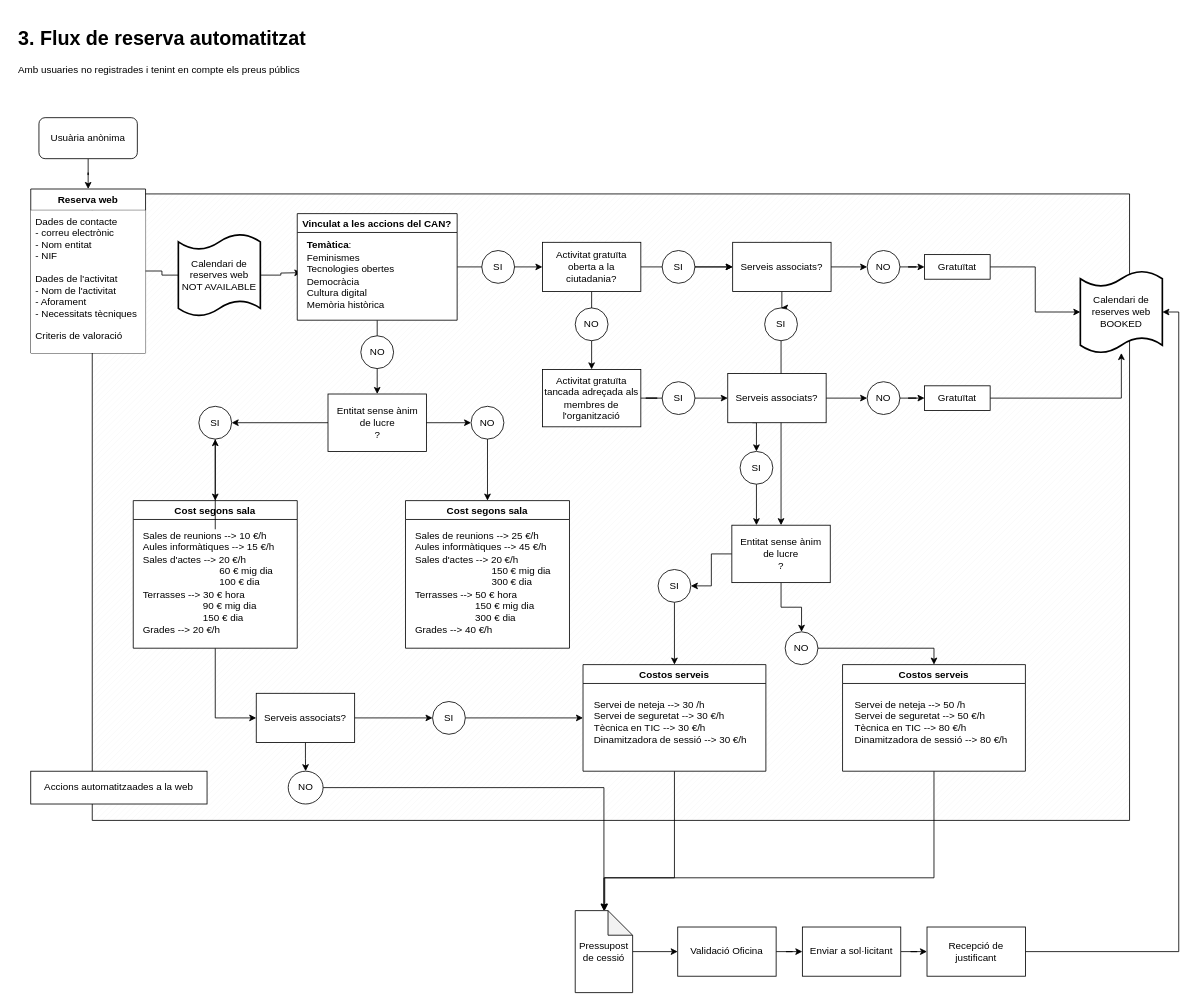
This is 3-ReservesCanodrom.drawio from nuria-alonso/diagrames, a draw.io file, before an edit. Source tidied: cells renumbered, new cells numbered last; positions are measured from the earlier drawing's top-left corner, leaving out a move shared by most shapes. Both pictures are drawn from the tidied source at 82%, with x=0, y=0 at pixel (14, 22).
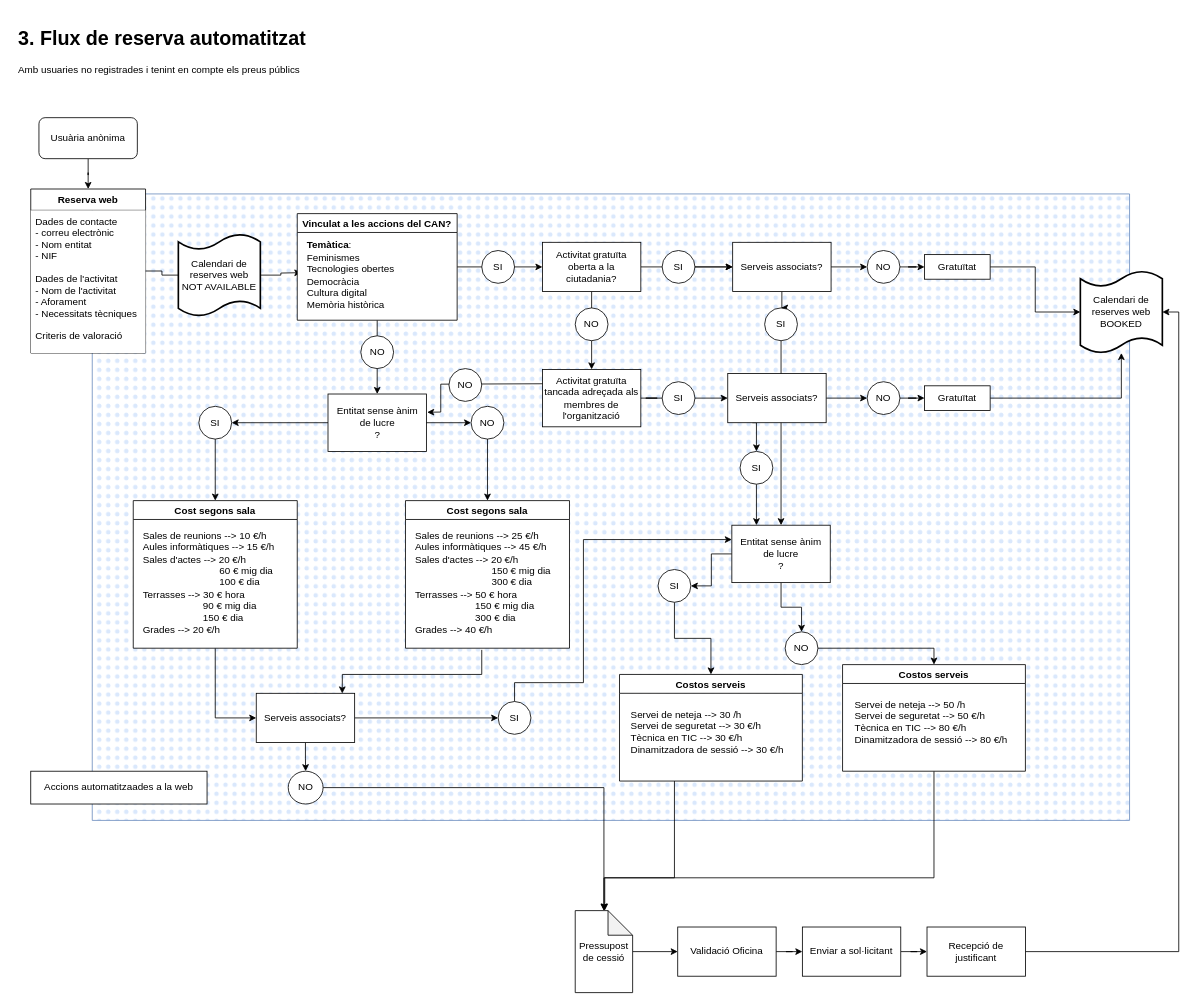
Above is the later version.

Unchanged cells that the change refers to:
```xml
<mxCell id="24" value="Activitat gratuïta tancada adreçada als membres de l'organització" style="rounded=0;whiteSpace=wrap;html=1;" parent="1" vertex="1">
  <mxGeometry x="644" y="423" width="120" height="70" as="geometry" />
</mxCell>
<mxCell id="31" value="&lt;div align=&quot;left&quot;&gt;Sales de reunions --&amp;gt; 10 €/h&lt;/div&gt;&lt;div align=&quot;left&quot;&gt;Aules informàtiques --&amp;gt; 15 €/h&lt;br&gt;&lt;/div&gt;&lt;div&gt;Sales d'actes --&amp;gt; 20 €/h&lt;br&gt;&amp;nbsp;&amp;nbsp;&amp;nbsp;&amp;nbsp;&amp;nbsp;&amp;nbsp;&amp;nbsp;&amp;nbsp;&amp;nbsp;&amp;nbsp;&amp;nbsp;&amp;nbsp;&amp;nbsp;&amp;nbsp;&amp;nbsp;&amp;nbsp;&amp;nbsp;&amp;nbsp;&amp;nbsp;&amp;nbsp;&amp;nbsp;&amp;nbsp;&amp;nbsp;&amp;nbsp;&amp;nbsp;&amp;nbsp;&amp;nbsp; 60 € mig dia&lt;/div&gt;&lt;div&gt;&amp;nbsp; &amp;nbsp; &amp;nbsp; &amp;nbsp; &amp;nbsp; &amp;nbsp; &amp;nbsp; &amp;nbsp; &amp;nbsp; &amp;nbsp; &amp;nbsp; &amp;nbsp; &amp;nbsp; &amp;nbsp; 100 € dia &lt;br&gt;&lt;/div&gt;&lt;div&gt;Terrasses --&amp;gt; 30 € hora&lt;/div&gt;&lt;div&gt;&amp;nbsp;&amp;nbsp;&amp;nbsp;&amp;nbsp;&amp;nbsp;&amp;nbsp;&amp;nbsp;&amp;nbsp;&amp;nbsp;&amp;nbsp;&amp;nbsp;&amp;nbsp;&amp;nbsp;&amp;nbsp;&amp;nbsp;&amp;nbsp;&amp;nbsp;&amp;nbsp;&amp;nbsp;&amp;nbsp;&amp;nbsp; 90 € mig dia&lt;/div&gt;&lt;div&gt;&amp;nbsp;&amp;nbsp;&amp;nbsp;&amp;nbsp;&amp;nbsp;&amp;nbsp;&amp;nbsp;&amp;nbsp;&amp;nbsp;&amp;nbsp;&amp;nbsp;&amp;nbsp;&amp;nbsp;&amp;nbsp;&amp;nbsp;&amp;nbsp;&amp;nbsp;&amp;nbsp;&amp;nbsp;&amp;nbsp;&amp;nbsp; 150 € dia&lt;/div&gt;&lt;div&gt;Grades --&amp;gt; 20 €/h&lt;br&gt;&lt;/div&gt;" style="text;html=1;align=left;verticalAlign=middle;points=[];strokeColor=none;" parent="30" vertex="1">
  <mxGeometry x="10" y="35" width="180" height="130" as="geometry" />
</mxCell>
<mxCell id="33" value="&lt;div&gt;Entitat sense ànim &lt;br&gt;&lt;/div&gt;&lt;div&gt;de lucre&lt;/div&gt;?" style="rounded=0;whiteSpace=wrap;html=1;" parent="1" vertex="1">
  <mxGeometry x="382.5" y="453" width="120" height="70" as="geometry" />
</mxCell>
<mxCell id="36" value="SI" style="ellipse;whiteSpace=wrap;html=1;" parent="1" vertex="1">
  <mxGeometry x="225" y="468" width="40" height="40" as="geometry" />
</mxCell>
<mxCell id="59" value="Serveis associats?" style="rounded=0;whiteSpace=wrap;html=1;" parent="1" vertex="1">
  <mxGeometry x="295" y="818" width="120" height="60" as="geometry" />
</mxCell>
<mxCell id="67" value="&lt;div&gt;Entitat sense ànim &lt;br&gt;&lt;/div&gt;&lt;div&gt;de lucre&lt;/div&gt;?" style="rounded=0;whiteSpace=wrap;html=1;" parent="1" vertex="1">
  <mxGeometry x="875" y="613" width="120" height="70" as="geometry" />
</mxCell>
```

Diff of the diagram source:
```diff
@@
-    <mxCell id="2" style="verticalLabelPosition=bottom;verticalAlign=top;html=1;shape=mxgraph.basic.patternFillRect;fillStyle=diag;step=5;fillStrokeWidth=0.2;fillStrokeColor=#dddddd;" parent="1" vertex="1">
+    <mxCell id="2" style="verticalLabelPosition=bottom;verticalAlign=top;html=1;shape=mxgraph.basic.patternFillRect;fillStyle=dots;step=5;fillStrokeWidth=0.2;fillStrokeColor=#dddddd;fillColor=#dae8fc;strokeColor=#6c8ebf;" parent="1" vertex="1">
       <mxGeometry x="95" y="209" width="1265" height="764" as="geometry" />
     </mxCell>
@@
-    <mxCell id="60" style="edgeStyle=orthogonalEdgeStyle;rounded=0;jettySize=auto;html=1;entryX=0;entryY=0.5;entryDx=0;entryDy=0;" parent="1" edge="1" source="61" target="63">
-      <mxGeometry relative="1" as="geometry" />
+    <mxCell id="60" style="edgeStyle=orthogonalEdgeStyle;rounded=0;jettySize=auto;html=1;entryX=0;entryY=0.25;entryDx=0;entryDy=0;" parent="1" edge="1" source="61" target="67">
+      <mxGeometry relative="1" as="geometry">
+        <Array as="points">
+          <mxPoint x="610" y="805" />
+          <mxPoint x="694" y="805" />
+          <mxPoint x="694" y="631" />
+        </Array>
+      </mxGeometry>
     </mxCell>
     <mxCell id="61" value="SI" style="ellipse;whiteSpace=wrap;html=1;direction=south;" parent="1" vertex="1">
-      <mxGeometry x="510" y="828" width="40" height="40" as="geometry" />
+      <mxGeometry x="590" y="828" width="40" height="40" as="geometry" />
     </mxCell>
@@
     <mxCell id="63" value="Costos serveis" style="swimlane;gradientColor=#ffffff;swimlaneFillColor=#ffffff;" parent="1" vertex="1">
-      <mxGeometry x="693.5" y="783" width="223" height="130" as="geometry" />
+      <mxGeometry x="738" y="795" width="223" height="130" as="geometry" />
     </mxCell>
@@
-    <mxCell id="85" style="edgeStyle=orthogonalEdgeStyle;rounded=0;jettySize=auto;html=1;" parent="1" edge="1" source="31" target="36">
-      <mxGeometry relative="1" as="geometry" />
-    </mxCell>
@@
+    <mxCell id="88" style="endArrow=classic;html=1;rounded=0;entryX=0.874;entryY=0.003;entryDx=0;entryDy=0;entryPerimeter=0;" parent="1" edge="1" target="59">
+      <mxGeometry relative="1" as="geometry">
+        <mxPoint x="570" y="765" as="sourcePoint" />
+        <Array as="points">
+          <mxPoint x="570" y="795" />
+          <mxPoint x="400" y="795" />
+        </Array>
+      </mxGeometry>
+    </mxCell>
+    <mxCell id="89" style="endArrow=classic;html=1;rounded=0;exitX=0;exitY=0.25;exitDx=0;exitDy=0;entryX=1.008;entryY=0.318;entryDx=0;entryDy=0;entryPerimeter=0;" parent="1" edge="1" source="24" target="33">
+      <mxGeometry relative="1" as="geometry">
+        <Array as="points">
+          <mxPoint x="520" y="441" />
+          <mxPoint x="520" y="475" />
+        </Array>
+      </mxGeometry>
+    </mxCell>
+    <mxCell id="90" value="NO" style="ellipse;whiteSpace=wrap;html=1;" parent="1" vertex="1">
+      <mxGeometry x="530" y="422" width="40" height="40" as="geometry" />
+    </mxCell>
```
